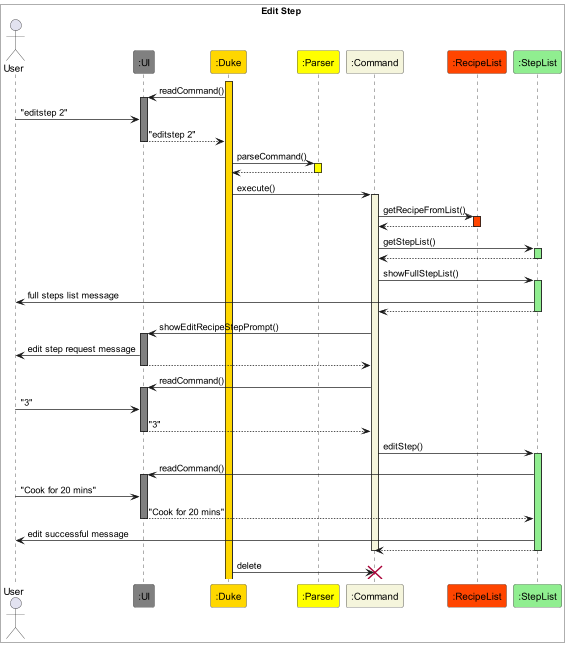
Above: docs/PlantUML/EditRecipeSteps.png in nus-cs2113-AY2223S2/tp (PlantUML), before the change. The source it was exported from:
```plantuml
@startuml Edit Step
box Edit Step #White
Actor User
participant ":UI" as UI #Gray
participant ":Duke" as Duke #Gold
participant ":Parser" as Parser #Yellow
participant ":Command" as Command1 #Beige
participant ":RecipeList" as RecipeList #OrangeRed
participant ":StepList" as StepList #LightGreen
end box

activate Duke #Gold
Duke -> UI : readCommand()
activate UI #Gray
User -> UI : "editstep 2"
UI --> Duke : "editstep 2"
deactivate UI
Duke -> Parser : parseCommand()
activate Parser #Yellow
Parser --> Duke
deactivate Parser
Duke -> Command1 : execute()
activate Command1 #Beige
Command1 -> RecipeList : getRecipeFromList()
activate RecipeList #OrangeRed
RecipeList --> Command1
deactivate RecipeList
Command1 -> StepList: getStepList()
activate StepList #LightGreen
StepList --> Command1
deactivate StepList
Command1 -> StepList : showFullStepList()
activate StepList #LightGreen
StepList -> User : full steps list message
StepList --> Command1
deactivate StepList
Command1 -> UI : showEditRecipeStepPrompt()
activate UI #Gray
UI -> User : edit step request message
UI --> Command1
deactivate UI
Command1 -> UI : readCommand()
activate UI #Gray
User -> UI : "3"
UI --> Command1 : "3"
deactivate UI
Command1 -> StepList : editStep()
activate StepList #LightGreen
StepList -> UI : readCommand()
activate UI #Gray
User -> UI : "Cook for 20 mins"
UI --> StepList : "Cook for 20 mins"
deactivate UI
StepList -> User : edit successful message
StepList --> Command1
deactivate StepList
deactivate Command1
Duke -> Command1 : delete
destroy Command1


@enduml
```
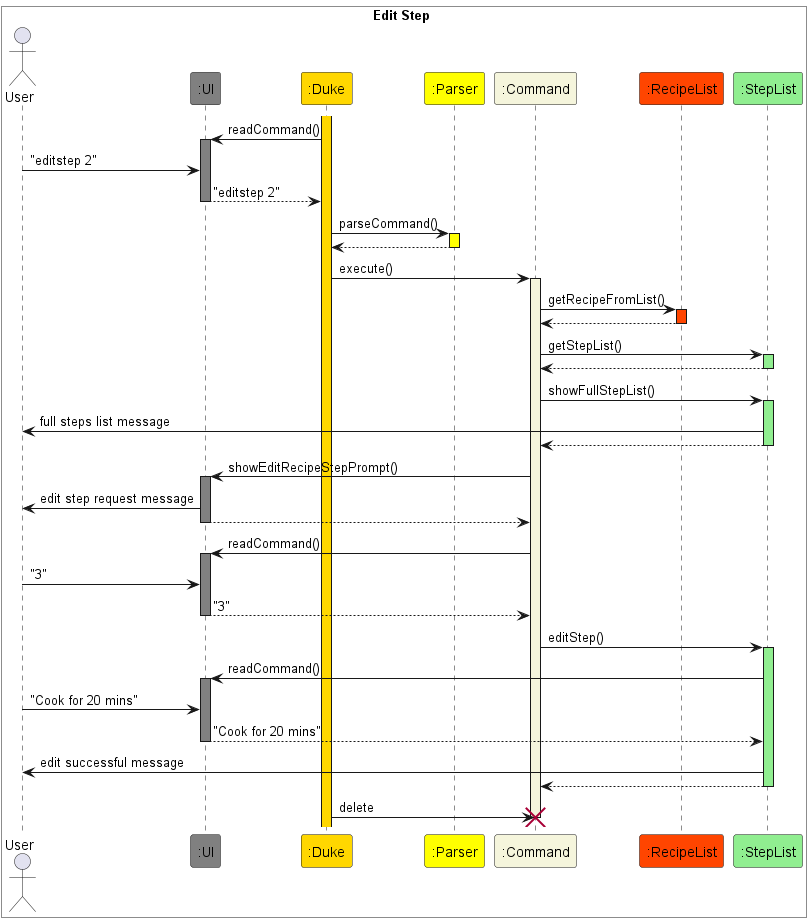
Later version of the same file.

Change to the diagram source:
```diff
@@ -1,4 +1,4 @@
-@startuml Edit Step
+@startuml EditRecipeSteps
 box Edit Step #White
 Actor User
 participant ":UI" as UI #Gray
@@ -54,8 +54,8 @@
 StepList -> User : edit successful message
 StepList --> Command1
 deactivate StepList
+Duke -> Command1 : delete
 deactivate Command1
-Duke -> Command1 : delete
 destroy Command1
 
 
```
